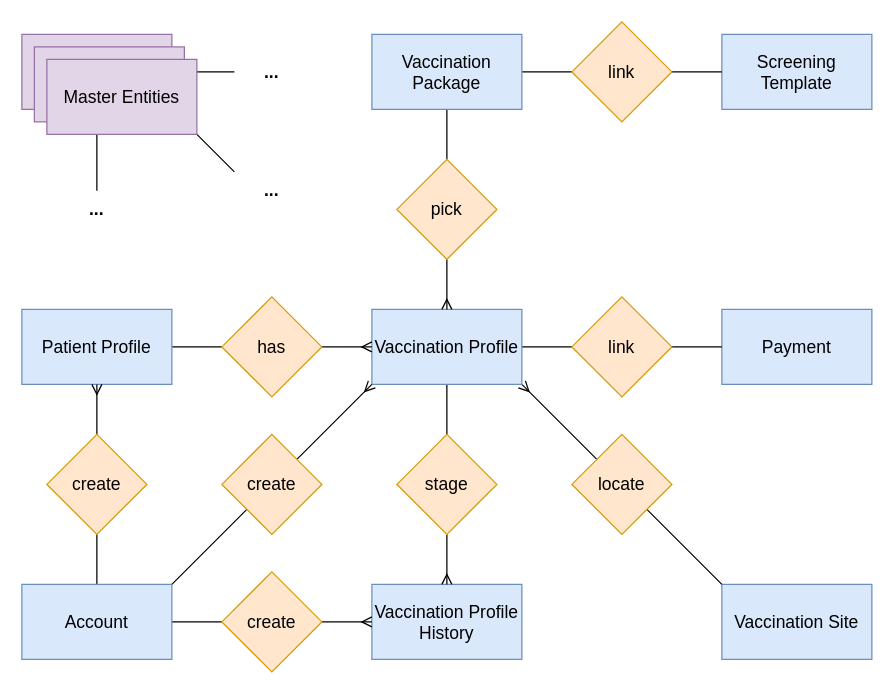
Above: page "ERD" (13 of 17) of docs/design.drawio in censodev/vrms-server (draw.io), before the change. Source tidied: cells renumbered, new cells numbered last; positions are measured from the earlier drawing's top-left corner, leaving out a move shared by most shapes. Both pictures are drawn from the tidied source at 125%, with x=0, y=0 at pixel (21, 21).
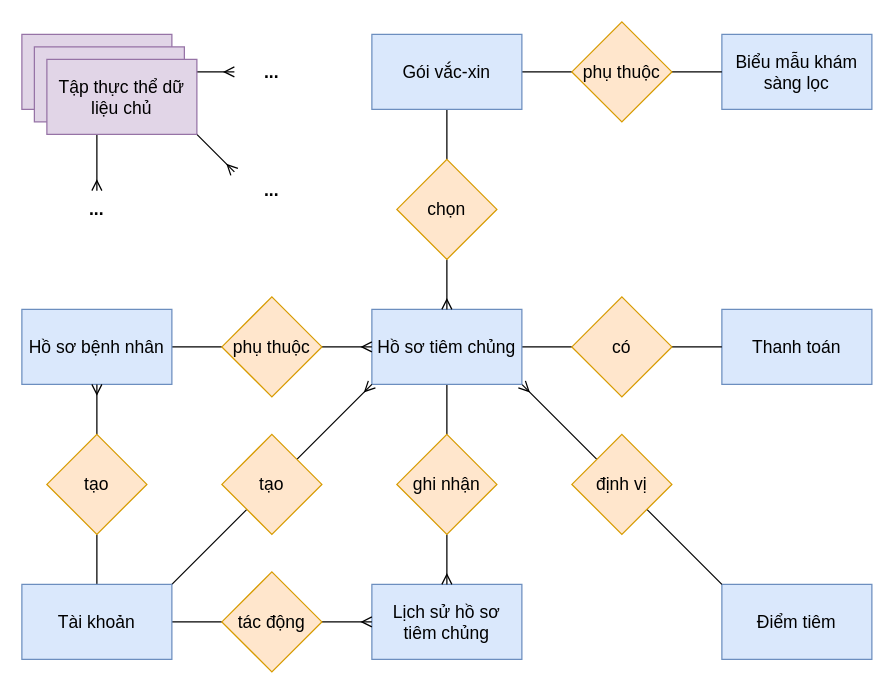
The same page after the edit.

What changed in the source:
```diff
@@
-    <mxCell id="2" style="edgeStyle=none;rounded=0;jettySize=auto;html=1;exitX=0.5;exitY=1;exitDx=0;exitDy=0;entryX=0.5;entryY=0;entryDx=0;entryDy=0;fontSize=14;endArrow=none;endFill=0;" parent="1" edge="1" source="5" target="43">
+    <mxCell id="2" style="edgeStyle=none;rounded=0;jettySize=auto;html=1;exitX=0.5;exitY=1;exitDx=0;exitDy=0;entryX=0.5;entryY=0;entryDx=0;entryDy=0;fontSize=14;endArrow=ERmany;endFill=0;spacingLeft=2;spacingRight=2;" parent="1" edge="1" source="5" target="43">
       <mxGeometry relative="1" as="geometry" />
     </mxCell>
-    <mxCell id="3" style="edgeStyle=none;rounded=0;jettySize=auto;html=1;exitX=1;exitY=0.5;exitDx=0;exitDy=0;entryX=0;entryY=0.5;entryDx=0;entryDy=0;fontSize=14;endArrow=none;endFill=0;" parent="1" edge="1" source="5" target="44">
+    <mxCell id="3" style="edgeStyle=none;rounded=0;jettySize=auto;html=1;exitX=1;exitY=0.5;exitDx=0;exitDy=0;entryX=0;entryY=0.5;entryDx=0;entryDy=0;fontSize=14;endArrow=ERmany;endFill=0;spacingLeft=2;spacingRight=2;" parent="1" edge="1" source="5" target="44">
       <mxGeometry relative="1" as="geometry" />
     </mxCell>
-    <mxCell id="4" style="edgeStyle=none;rounded=0;jettySize=auto;html=1;exitX=1;exitY=1;exitDx=0;exitDy=0;entryX=0;entryY=0;entryDx=0;entryDy=0;fontSize=14;endArrow=none;endFill=0;" parent="1" edge="1" source="5" target="45">
+    <mxCell id="4" style="edgeStyle=none;rounded=0;jettySize=auto;html=1;exitX=1;exitY=1;exitDx=0;exitDy=0;entryX=0;entryY=0;entryDx=0;entryDy=0;fontSize=14;endArrow=ERmany;endFill=0;spacingLeft=2;spacingRight=2;" parent="1" edge="1" source="5" target="45">
       <mxGeometry relative="1" as="geometry" />
     </mxCell>
-    <mxCell id="5" style="rounded=0;whiteSpace=wrap;html=1;fontSize=14;fillColor=#e1d5e7;strokeColor=#9673a6;" parent="1" vertex="1">
+    <mxCell id="5" style="rounded=0;whiteSpace=wrap;html=1;fontSize=14;fillColor=#e1d5e7;strokeColor=#9673a6;spacingLeft=2;spacingRight=2;" parent="1" vertex="1">
       <mxGeometry y="10" width="120" height="60" as="geometry" />
     </mxCell>
-    <mxCell id="6" style="rounded=0;whiteSpace=wrap;html=1;fontSize=14;fillColor=#e1d5e7;strokeColor=#9673a6;" parent="1" vertex="1">
+    <mxCell id="6" style="rounded=0;whiteSpace=wrap;html=1;fontSize=14;fillColor=#e1d5e7;strokeColor=#9673a6;spacingLeft=2;spacingRight=2;" parent="1" vertex="1">
       <mxGeometry x="10" y="20" width="120" height="60" as="geometry" />
     </mxCell>
-    <mxCell id="7" style="edgeStyle=orthogonalEdgeStyle;rounded=0;jettySize=auto;html=1;exitX=0.5;exitY=0;exitDx=0;exitDy=0;entryX=0.5;entryY=1;entryDx=0;entryDy=0;fontSize=14;endArrow=none;endFill=0;" parent="1" edge="1" source="10" target="23">
+    <mxCell id="7" style="edgeStyle=orthogonalEdgeStyle;rounded=0;jettySize=auto;html=1;exitX=0.5;exitY=0;exitDx=0;exitDy=0;entryX=0.5;entryY=1;entryDx=0;entryDy=0;fontSize=14;endArrow=none;endFill=0;spacingLeft=2;spacingRight=2;" parent="1" edge="1" source="10" target="23">
       <mxGeometry relative="1" as="geometry" />
     </mxCell>
-    <mxCell id="8" style="rounded=0;jettySize=auto;html=1;exitX=1;exitY=0;exitDx=0;exitDy=0;entryX=0;entryY=1;entryDx=0;entryDy=0;fontSize=14;endArrow=none;endFill=0;" parent="1" edge="1" source="10" target="36">
+    <mxCell id="8" style="rounded=0;jettySize=auto;html=1;exitX=1;exitY=0;exitDx=0;exitDy=0;entryX=0;entryY=1;entryDx=0;entryDy=0;fontSize=14;endArrow=none;endFill=0;spacingLeft=2;spacingRight=2;" parent="1" edge="1" source="10" target="36">
       <mxGeometry relative="1" as="geometry" />
     </mxCell>
-    <mxCell id="9" style="edgeStyle=none;rounded=0;jettySize=auto;html=1;exitX=1;exitY=0.5;exitDx=0;exitDy=0;fontSize=14;endArrow=none;endFill=0;" parent="1" edge="1" source="10" target="39">
+    <mxCell id="9" style="edgeStyle=none;rounded=0;jettySize=auto;html=1;exitX=1;exitY=0.5;exitDx=0;exitDy=0;fontSize=14;endArrow=none;endFill=0;spacingLeft=2;spacingRight=2;" parent="1" edge="1" source="10" target="39">
       <mxGeometry relative="1" as="geometry" />
     </mxCell>
-    <mxCell id="10" value="Account" style="rounded=0;whiteSpace=wrap;html=1;fontSize=14;direction=east;fillColor=#dae8fc;strokeColor=#6c8ebf;" parent="1" vertex="1">
+    <mxCell id="10" value="Tài khoản" style="rounded=0;whiteSpace=wrap;html=1;fontSize=14;direction=east;fillColor=#dae8fc;strokeColor=#6c8ebf;spacingLeft=2;spacingRight=2;" parent="1" vertex="1">
       <mxGeometry y="450" width="120" height="60" as="geometry" />
     </mxCell>
-    <mxCell id="11" style="edgeStyle=orthogonalEdgeStyle;rounded=0;jettySize=auto;html=1;exitX=1;exitY=0.5;exitDx=0;exitDy=0;entryX=0;entryY=0.5;entryDx=0;entryDy=0;fontSize=14;endArrow=none;endFill=0;" parent="1" edge="1" source="12" target="25">
+    <mxCell id="11" style="edgeStyle=orthogonalEdgeStyle;rounded=0;jettySize=auto;html=1;exitX=1;exitY=0.5;exitDx=0;exitDy=0;entryX=0;entryY=0.5;entryDx=0;entryDy=0;fontSize=14;endArrow=none;endFill=0;spacingLeft=2;spacingRight=2;" parent="1" edge="1" source="12" target="25">
       <mxGeometry relative="1" as="geometry" />
     </mxCell>
-    <mxCell id="12" value="Patient Profile" style="rounded=0;whiteSpace=wrap;html=1;fontSize=14;direction=east;fillColor=#dae8fc;strokeColor=#6c8ebf;" parent="1" vertex="1">
+    <mxCell id="12" value="Hồ sơ bệnh nhân" style="rounded=0;whiteSpace=wrap;html=1;fontSize=14;direction=east;fillColor=#dae8fc;strokeColor=#6c8ebf;spacingLeft=2;spacingRight=2;" parent="1" vertex="1">
       <mxGeometry y="230" width="120" height="60" as="geometry" />
     </mxCell>
-    <mxCell id="13" style="edgeStyle=orthogonalEdgeStyle;rounded=0;jettySize=auto;html=1;exitX=1;exitY=0.5;exitDx=0;exitDy=0;entryX=0;entryY=0.5;entryDx=0;entryDy=0;fontSize=14;endArrow=none;endFill=0;" parent="1" edge="1" source="16" target="31">
+    <mxCell id="13" style="edgeStyle=orthogonalEdgeStyle;rounded=0;jettySize=auto;html=1;exitX=1;exitY=0.5;exitDx=0;exitDy=0;entryX=0;entryY=0.5;entryDx=0;entryDy=0;fontSize=14;endArrow=none;endFill=0;spacingLeft=2;spacingRight=2;" parent="1" edge="1" source="16" target="31">
       <mxGeometry relative="1" as="geometry" />
     </mxCell>
-    <mxCell id="14" style="rounded=0;jettySize=auto;html=1;exitX=1;exitY=1;exitDx=0;exitDy=0;entryX=0;entryY=0;entryDx=0;entryDy=0;fontSize=14;endArrow=none;endFill=0;startArrow=ERmany;startFill=0;" parent="1" edge="1" source="16" target="34">
+    <mxCell id="14" style="rounded=0;jettySize=auto;html=1;exitX=1;exitY=1;exitDx=0;exitDy=0;entryX=0;entryY=0;entryDx=0;entryDy=0;fontSize=14;endArrow=none;endFill=0;startArrow=ERmany;startFill=0;spacingLeft=2;spacingRight=2;" parent="1" edge="1" source="16" target="34">
       <mxGeometry relative="1" as="geometry" />
     </mxCell>
-    <mxCell id="15" style="edgeStyle=none;rounded=0;jettySize=auto;html=1;exitX=0.5;exitY=1;exitDx=0;exitDy=0;entryX=0.5;entryY=0;entryDx=0;entryDy=0;fontSize=14;endArrow=none;endFill=0;" parent="1" edge="1" source="16" target="41">
+    <mxCell id="15" style="edgeStyle=none;rounded=0;jettySize=auto;html=1;exitX=0.5;exitY=1;exitDx=0;exitDy=0;entryX=0.5;entryY=0;entryDx=0;entryDy=0;fontSize=14;endArrow=none;endFill=0;spacingLeft=2;spacingRight=2;" parent="1" edge="1" source="16" target="41">
       <mxGeometry relative="1" as="geometry" />
     </mxCell>
-    <mxCell id="16" value="Vaccination Profile" style="rounded=0;whiteSpace=wrap;html=1;fontSize=14;direction=east;fillColor=#dae8fc;strokeColor=#6c8ebf;" parent="1" vertex="1">
+    <mxCell id="16" value="Hồ sơ tiêm chủng" style="rounded=0;whiteSpace=wrap;html=1;fontSize=14;direction=east;fillColor=#dae8fc;strokeColor=#6c8ebf;spacingLeft=2;spacingRight=2;" parent="1" vertex="1">
       <mxGeometry x="280" y="230" width="120" height="60" as="geometry" />
     </mxCell>
-    <mxCell id="17" style="edgeStyle=orthogonalEdgeStyle;rounded=0;jettySize=auto;html=1;exitX=0.5;exitY=1;exitDx=0;exitDy=0;entryX=0.5;entryY=0;entryDx=0;entryDy=0;fontSize=14;endArrow=none;endFill=0;" parent="1" edge="1" source="19" target="27">
+    <mxCell id="17" style="edgeStyle=orthogonalEdgeStyle;rounded=0;jettySize=auto;html=1;exitX=0.5;exitY=1;exitDx=0;exitDy=0;entryX=0.5;entryY=0;entryDx=0;entryDy=0;fontSize=14;endArrow=none;endFill=0;spacingLeft=2;spacingRight=2;" parent="1" edge="1" source="19" target="27">
       <mxGeometry relative="1" as="geometry" />
     </mxCell>
-    <mxCell id="18" style="edgeStyle=orthogonalEdgeStyle;rounded=0;jettySize=auto;html=1;exitX=1;exitY=0.5;exitDx=0;exitDy=0;entryX=0;entryY=0.5;entryDx=0;entryDy=0;fontSize=14;endArrow=none;endFill=0;" parent="1" edge="1" source="19" target="29">
+    <mxCell id="18" style="edgeStyle=orthogonalEdgeStyle;rounded=0;jettySize=auto;html=1;exitX=1;exitY=0.5;exitDx=0;exitDy=0;entryX=0;entryY=0.5;entryDx=0;entryDy=0;fontSize=14;endArrow=none;endFill=0;spacingLeft=2;spacingRight=2;" parent="1" edge="1" source="19" target="29">
       <mxGeometry relative="1" as="geometry" />
     </mxCell>
-    <mxCell id="19" value="Vaccination Package" style="rounded=0;whiteSpace=wrap;html=1;fontSize=14;direction=east;fillColor=#dae8fc;strokeColor=#6c8ebf;" parent="1" vertex="1">
+    <mxCell id="19" value="Gói vắc-xin" style="rounded=0;whiteSpace=wrap;html=1;fontSize=14;direction=east;fillColor=#dae8fc;strokeColor=#6c8ebf;spacingLeft=2;spacingRight=2;" parent="1" vertex="1">
       <mxGeometry x="280" y="10" width="120" height="60" as="geometry" />
     </mxCell>
-    <mxCell id="20" value="Screening Template" style="rounded=0;whiteSpace=wrap;html=1;fontSize=14;direction=east;fillColor=#dae8fc;strokeColor=#6c8ebf;" parent="1" vertex="1">
+    <mxCell id="20" value="Biểu mẫu khám sàng lọc" style="rounded=0;whiteSpace=wrap;html=1;fontSize=14;direction=east;fillColor=#dae8fc;strokeColor=#6c8ebf;spacingLeft=2;spacingRight=2;" parent="1" vertex="1">
       <mxGeometry x="560" y="10" width="120" height="60" as="geometry" />
     </mxCell>
-    <mxCell id="21" value="Payment" style="rounded=0;whiteSpace=wrap;html=1;fontSize=14;direction=east;fillColor=#dae8fc;strokeColor=#6c8ebf;" parent="1" vertex="1">
+    <mxCell id="21" value="Thanh toán" style="rounded=0;whiteSpace=wrap;html=1;fontSize=14;direction=east;fillColor=#dae8fc;strokeColor=#6c8ebf;spacingLeft=2;spacingRight=2;" parent="1" vertex="1">
       <mxGeometry x="560" y="230" width="120" height="60" as="geometry" />
     </mxCell>
-    <mxCell id="22" style="edgeStyle=orthogonalEdgeStyle;rounded=0;jettySize=auto;html=1;fontSize=14;endArrow=ERmany;endFill=0;exitX=0.5;exitY=0;exitDx=0;exitDy=0;" parent="1" edge="1" source="23" target="12">
+    <mxCell id="22" style="edgeStyle=orthogonalEdgeStyle;rounded=0;jettySize=auto;html=1;fontSize=14;endArrow=ERmany;endFill=0;exitX=0.5;exitY=0;exitDx=0;exitDy=0;spacingLeft=2;spacingRight=2;" parent="1" edge="1" source="23" target="12">
       <mxGeometry relative="1" as="geometry" />
     </mxCell>
-    <mxCell id="23" value="create" style="rhombus;whiteSpace=wrap;html=1;fontSize=14;direction=east;fillColor=#ffe6cc;strokeColor=#d79b00;" parent="1" vertex="1">
+    <mxCell id="23" value="tạo" style="rhombus;whiteSpace=wrap;html=1;fontSize=14;direction=east;fillColor=#ffe6cc;strokeColor=#d79b00;spacingLeft=2;spacingRight=2;" parent="1" vertex="1">
       <mxGeometry x="20" y="330" width="80" height="80" as="geometry" />
     </mxCell>
-    <mxCell id="24" style="edgeStyle=orthogonalEdgeStyle;rounded=0;jettySize=auto;html=1;exitX=1;exitY=0.5;exitDx=0;exitDy=0;entryX=0;entryY=0.5;entryDx=0;entryDy=0;fontSize=14;endArrow=ERmany;endFill=0;" parent="1" edge="1" source="25" target="16">
+    <mxCell id="24" style="edgeStyle=orthogonalEdgeStyle;rounded=0;jettySize=auto;html=1;exitX=1;exitY=0.5;exitDx=0;exitDy=0;entryX=0;entryY=0.5;entryDx=0;entryDy=0;fontSize=14;endArrow=ERmany;endFill=0;spacingLeft=2;spacingRight=2;" parent="1" edge="1" source="25" target="16">
       <mxGeometry relative="1" as="geometry" />
     </mxCell>
-    <mxCell id="25" value="has" style="rhombus;whiteSpace=wrap;html=1;fontSize=14;direction=east;fillColor=#ffe6cc;strokeColor=#d79b00;" parent="1" vertex="1">
+    <mxCell id="25" value="phụ thuộc" style="rhombus;whiteSpace=wrap;html=1;fontSize=14;direction=east;fillColor=#ffe6cc;strokeColor=#d79b00;spacingLeft=2;spacingRight=2;" parent="1" vertex="1">
       <mxGeometry x="160" y="220" width="80" height="80" as="geometry" />
     </mxCell>
-    <mxCell id="26" style="edgeStyle=orthogonalEdgeStyle;rounded=0;jettySize=auto;html=1;exitX=0.5;exitY=1;exitDx=0;exitDy=0;entryX=0.5;entryY=0;entryDx=0;entryDy=0;fontSize=14;endArrow=ERmany;endFill=0;" parent="1" edge="1" source="27" target="16">
+    <mxCell id="26" style="edgeStyle=orthogonalEdgeStyle;rounded=0;jettySize=auto;html=1;exitX=0.5;exitY=1;exitDx=0;exitDy=0;entryX=0.5;entryY=0;entryDx=0;entryDy=0;fontSize=14;endArrow=ERmany;endFill=0;spacingLeft=2;spacingRight=2;" parent="1" edge="1" source="27" target="16">
       <mxGeometry relative="1" as="geometry" />
     </mxCell>
-    <mxCell id="27" value="pick" style="rhombus;whiteSpace=wrap;html=1;fontSize=14;direction=east;fillColor=#ffe6cc;strokeColor=#d79b00;" parent="1" vertex="1">
+    <mxCell id="27" value="chọn" style="rhombus;whiteSpace=wrap;html=1;fontSize=14;direction=east;fillColor=#ffe6cc;strokeColor=#d79b00;spacingLeft=2;spacingRight=2;" parent="1" vertex="1">
       <mxGeometry x="300" y="110" width="80" height="80" as="geometry" />
     </mxCell>
-    <mxCell id="28" style="edgeStyle=orthogonalEdgeStyle;rounded=0;jettySize=auto;html=1;exitX=1;exitY=0.5;exitDx=0;exitDy=0;entryX=0;entryY=0.5;entryDx=0;entryDy=0;fontSize=14;endArrow=none;endFill=0;" parent="1" edge="1" source="29" target="20">
+    <mxCell id="28" style="edgeStyle=orthogonalEdgeStyle;rounded=0;jettySize=auto;html=1;exitX=1;exitY=0.5;exitDx=0;exitDy=0;entryX=0;entryY=0.5;entryDx=0;entryDy=0;fontSize=14;endArrow=none;endFill=0;spacingLeft=2;spacingRight=2;" parent="1" edge="1" source="29" target="20">
       <mxGeometry relative="1" as="geometry" />
     </mxCell>
-    <mxCell id="29" value="link" style="rhombus;whiteSpace=wrap;html=1;fontSize=14;direction=east;fillColor=#ffe6cc;strokeColor=#d79b00;" parent="1" vertex="1">
+    <mxCell id="29" value="phụ thuộc" style="rhombus;whiteSpace=wrap;html=1;fontSize=14;direction=east;fillColor=#ffe6cc;strokeColor=#d79b00;spacingLeft=2;spacingRight=2;" parent="1" vertex="1">
       <mxGeometry x="440" width="80" height="80" as="geometry" />
     </mxCell>
-    <mxCell id="30" style="edgeStyle=orthogonalEdgeStyle;rounded=0;jettySize=auto;html=1;exitX=1;exitY=0.5;exitDx=0;exitDy=0;entryX=0;entryY=0.5;entryDx=0;entryDy=0;fontSize=14;endArrow=none;endFill=0;" parent="1" edge="1" source="31" target="21">
+    <mxCell id="30" style="edgeStyle=orthogonalEdgeStyle;rounded=0;jettySize=auto;html=1;exitX=1;exitY=0.5;exitDx=0;exitDy=0;entryX=0;entryY=0.5;entryDx=0;entryDy=0;fontSize=14;endArrow=none;endFill=0;spacingLeft=2;spacingRight=2;" parent="1" edge="1" source="31" target="21">
       <mxGeometry relative="1" as="geometry" />
     </mxCell>
-    <mxCell id="31" value="link" style="rhombus;whiteSpace=wrap;html=1;fontSize=14;direction=east;fillColor=#ffe6cc;strokeColor=#d79b00;" parent="1" vertex="1">
+    <mxCell id="31" value="có" style="rhombus;whiteSpace=wrap;html=1;fontSize=14;direction=east;fillColor=#ffe6cc;strokeColor=#d79b00;spacingLeft=2;spacingRight=2;" parent="1" vertex="1">
       <mxGeometry x="440" y="220" width="80" height="80" as="geometry" />
     </mxCell>
-    <mxCell id="32" value="Vaccination Site" style="rounded=0;whiteSpace=wrap;html=1;fontSize=14;direction=east;fillColor=#dae8fc;strokeColor=#6c8ebf;" parent="1" vertex="1">
+    <mxCell id="32" value="Điểm tiêm" style="rounded=0;whiteSpace=wrap;html=1;fontSize=14;direction=east;fillColor=#dae8fc;strokeColor=#6c8ebf;spacingLeft=2;spacingRight=2;" parent="1" vertex="1">
       <mxGeometry x="560" y="450" width="120" height="60" as="geometry" />
     </mxCell>
-    <mxCell id="33" style="rounded=0;jettySize=auto;html=1;exitX=1;exitY=1;exitDx=0;exitDy=0;entryX=0;entryY=0;entryDx=0;entryDy=0;fontSize=14;endArrow=none;endFill=0;" parent="1" edge="1" source="34" target="32">
+    <mxCell id="33" style="rounded=0;jettySize=auto;html=1;exitX=1;exitY=1;exitDx=0;exitDy=0;entryX=0;entryY=0;entryDx=0;entryDy=0;fontSize=14;endArrow=none;endFill=0;spacingLeft=2;spacingRight=2;" parent="1" edge="1" source="34" target="32">
       <mxGeometry relative="1" as="geometry" />
     </mxCell>
-    <mxCell id="34" value="locate" style="rhombus;whiteSpace=wrap;html=1;fontSize=14;direction=east;fillColor=#ffe6cc;strokeColor=#d79b00;" parent="1" vertex="1">
+    <mxCell id="34" value="định vị" style="rhombus;whiteSpace=wrap;html=1;fontSize=14;direction=east;fillColor=#ffe6cc;strokeColor=#d79b00;spacingLeft=2;spacingRight=2;" parent="1" vertex="1">
       <mxGeometry x="440" y="330" width="80" height="80" as="geometry" />
     </mxCell>
-    <mxCell id="35" style="edgeStyle=none;rounded=0;jettySize=auto;html=1;exitX=1;exitY=0;exitDx=0;exitDy=0;entryX=0;entryY=1;entryDx=0;entryDy=0;fontSize=14;endArrow=ERmany;endFill=0;" parent="1" edge="1" source="36" target="16">
+    <mxCell id="35" style="edgeStyle=none;rounded=0;jettySize=auto;html=1;exitX=1;exitY=0;exitDx=0;exitDy=0;entryX=0;entryY=1;entryDx=0;entryDy=0;fontSize=14;endArrow=ERmany;endFill=0;spacingLeft=2;spacingRight=2;" parent="1" edge="1" source="36" target="16">
       <mxGeometry relative="1" as="geometry" />
     </mxCell>
-    <mxCell id="36" value="create" style="rhombus;whiteSpace=wrap;html=1;fontSize=14;direction=east;fillColor=#ffe6cc;strokeColor=#d79b00;" parent="1" vertex="1">
+    <mxCell id="36" value="tạo" style="rhombus;whiteSpace=wrap;html=1;fontSize=14;direction=east;fillColor=#ffe6cc;strokeColor=#d79b00;spacingLeft=2;spacingRight=2;" parent="1" vertex="1">
       <mxGeometry x="160" y="330" width="80" height="80" as="geometry" />
     </mxCell>
-    <mxCell id="37" value="Vaccination Profile History" style="rounded=0;whiteSpace=wrap;html=1;fontSize=14;direction=east;fillColor=#dae8fc;strokeColor=#6c8ebf;" parent="1" vertex="1">
+    <mxCell id="37" value="Lịch sử hồ sơ tiêm chủng" style="rounded=0;whiteSpace=wrap;html=1;fontSize=14;direction=east;fillColor=#dae8fc;strokeColor=#6c8ebf;spacingLeft=2;spacingRight=2;" parent="1" vertex="1">
       <mxGeometry x="280" y="450" width="120" height="60" as="geometry" />
     </mxCell>
-    <mxCell id="38" style="edgeStyle=none;rounded=0;jettySize=auto;html=1;exitX=1;exitY=0.5;exitDx=0;exitDy=0;entryX=0;entryY=0.5;entryDx=0;entryDy=0;fontSize=14;endArrow=ERmany;endFill=0;" parent="1" edge="1" source="39" target="37">
+    <mxCell id="38" style="edgeStyle=none;rounded=0;jettySize=auto;html=1;exitX=1;exitY=0.5;exitDx=0;exitDy=0;entryX=0;entryY=0.5;entryDx=0;entryDy=0;fontSize=14;endArrow=ERmany;endFill=0;spacingLeft=2;spacingRight=2;" parent="1" edge="1" source="39" target="37">
       <mxGeometry relative="1" as="geometry" />
     </mxCell>
-    <mxCell id="39" value="create" style="rhombus;whiteSpace=wrap;html=1;fontSize=14;direction=east;fillColor=#ffe6cc;strokeColor=#d79b00;" parent="1" vertex="1">
+    <mxCell id="39" value="tác động" style="rhombus;whiteSpace=wrap;html=1;fontSize=14;direction=east;fillColor=#ffe6cc;strokeColor=#d79b00;spacingLeft=2;spacingRight=2;" parent="1" vertex="1">
       <mxGeometry x="160" y="440" width="80" height="80" as="geometry" />
     </mxCell>
-    <mxCell id="40" style="edgeStyle=none;rounded=0;jettySize=auto;html=1;exitX=0.5;exitY=1;exitDx=0;exitDy=0;entryX=0.5;entryY=0;entryDx=0;entryDy=0;fontSize=14;endArrow=ERmany;endFill=0;" parent="1" edge="1" source="41" target="37">
+    <mxCell id="40" style="edgeStyle=none;rounded=0;jettySize=auto;html=1;exitX=0.5;exitY=1;exitDx=0;exitDy=0;entryX=0.5;entryY=0;entryDx=0;entryDy=0;fontSize=14;endArrow=ERmany;endFill=0;spacingLeft=2;spacingRight=2;" parent="1" edge="1" source="41" target="37">
       <mxGeometry relative="1" as="geometry" />
     </mxCell>
-    <mxCell id="41" value="stage" style="rhombus;whiteSpace=wrap;html=1;fontSize=14;direction=east;fillColor=#ffe6cc;strokeColor=#d79b00;" parent="1" vertex="1">
+    <mxCell id="41" value="ghi nhận" style="rhombus;whiteSpace=wrap;html=1;fontSize=14;direction=east;fillColor=#ffe6cc;strokeColor=#d79b00;spacingLeft=2;spacingRight=2;" parent="1" vertex="1">
       <mxGeometry x="300" y="330" width="80" height="80" as="geometry" />
     </mxCell>
-    <mxCell id="42" value="Master Entities" style="rounded=0;whiteSpace=wrap;html=1;fontSize=14;fillColor=#e1d5e7;strokeColor=#9673a6;" parent="1" vertex="1">
+    <mxCell id="42" value="Tập thực thể dữ liệu chủ" style="rounded=0;whiteSpace=wrap;html=1;fontSize=14;fillColor=#e1d5e7;strokeColor=#9673a6;spacingLeft=2;spacingRight=2;" parent="1" vertex="1">
       <mxGeometry x="20" y="30" width="120" height="60" as="geometry" />
     </mxCell>
-    <mxCell id="43" value="..." style="text;html=1;strokeColor=none;fillColor=none;align=center;verticalAlign=middle;whiteSpace=wrap;rounded=0;fontSize=14;fontStyle=1;" parent="1" vertex="1">
+    <mxCell id="43" value="..." style="text;html=1;strokeColor=none;fillColor=none;align=center;verticalAlign=middle;whiteSpace=wrap;rounded=0;fontSize=14;fontStyle=1;spacingLeft=2;spacingRight=2;" parent="1" vertex="1">
       <mxGeometry x="30" y="135" width="60" height="30" as="geometry" />
     </mxCell>
-    <mxCell id="44" value="..." style="text;html=1;strokeColor=none;fillColor=none;align=center;verticalAlign=middle;whiteSpace=wrap;rounded=0;fontSize=14;fontStyle=1;" parent="1" vertex="1">
+    <mxCell id="44" value="..." style="text;html=1;strokeColor=none;fillColor=none;align=center;verticalAlign=middle;whiteSpace=wrap;rounded=0;fontSize=14;fontStyle=1;spacingLeft=2;spacingRight=2;" parent="1" vertex="1">
       <mxGeometry x="170" y="25" width="60" height="30" as="geometry" />
     </mxCell>
-    <mxCell id="45" value="..." style="text;html=1;strokeColor=none;fillColor=none;align=center;verticalAlign=middle;whiteSpace=wrap;rounded=0;fontSize=14;fontStyle=1;" parent="1" vertex="1">
+    <mxCell id="45" value="..." style="text;html=1;strokeColor=none;fillColor=none;align=center;verticalAlign=middle;whiteSpace=wrap;rounded=0;fontSize=14;fontStyle=1;spacingLeft=2;spacingRight=2;" parent="1" vertex="1">
       <mxGeometry x="170" y="120" width="60" height="30" as="geometry" />
     </mxCell>
```
